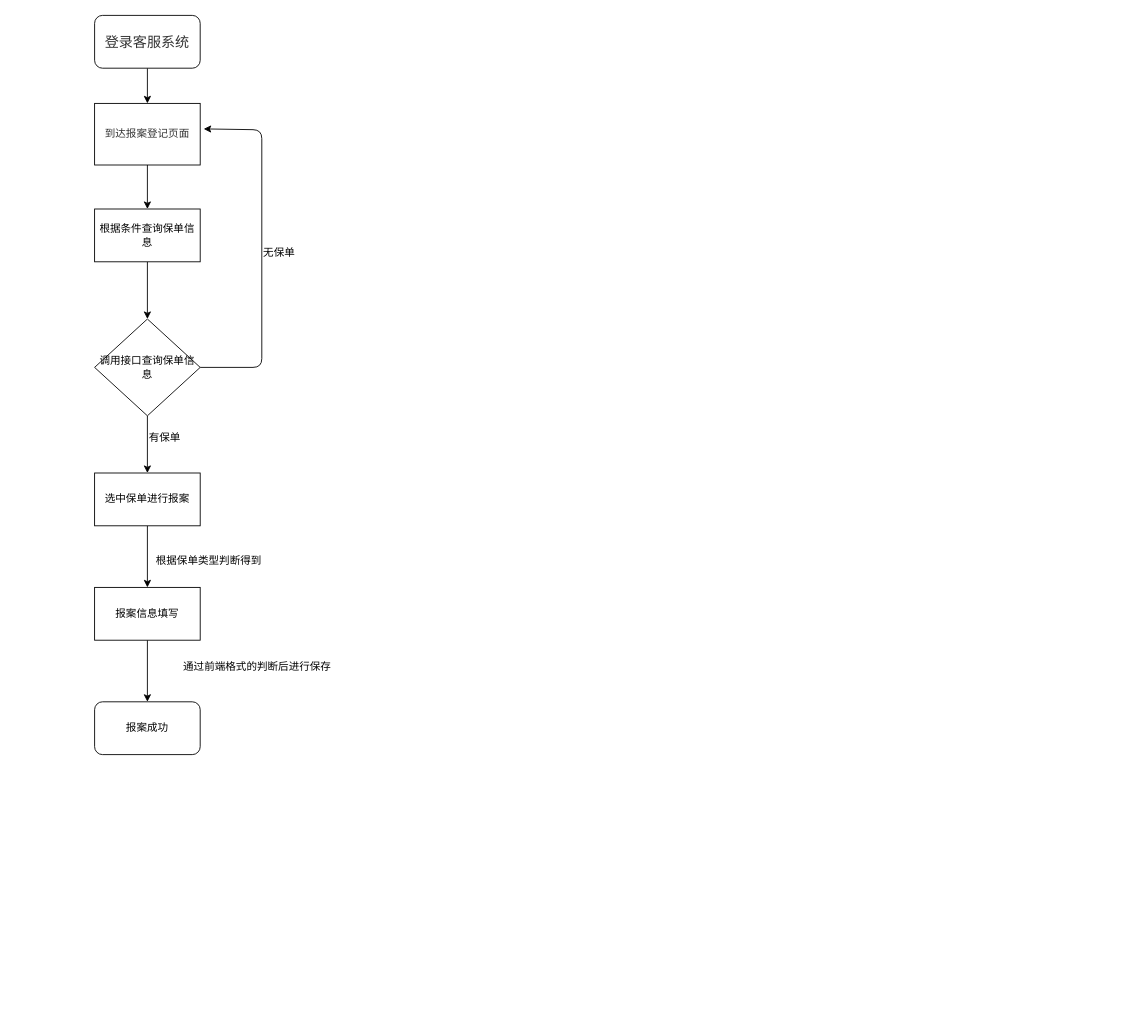
HappyDragon98/learngit keeps this draw.io diagram as Untitled Diagram.drawio. Above is the earlier version. Source tidied: cells renumbered, new cells numbered last; positions are measured from the earlier drawing's top-left corner, leaving out a move shared by most shapes. Both pictures are drawn from the tidied source at 88%, with x=0, y=0 at pixel (94, 15).
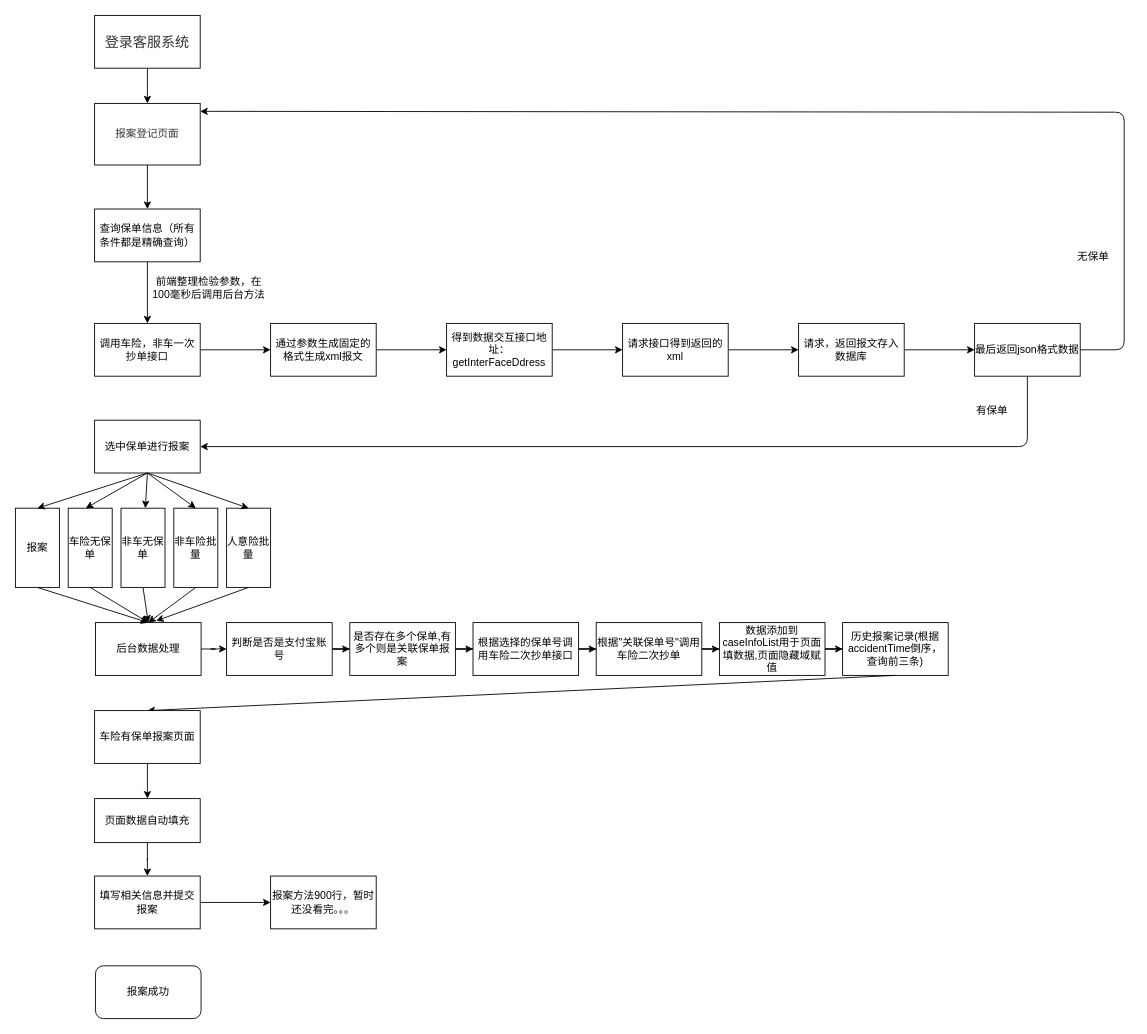
The same diagram, later.

What changed in the source:
```diff
@@
-    <mxCell id="2" style="edgeStyle=orthogonalEdgeStyle;rounded=0;jettySize=auto;html=1;" parent="1" edge="1" source="3" target="5">
+    <mxCell id="2" style="edgeStyle=orthogonalEdgeStyle;jettySize=auto;html=1;" parent="1" edge="1" source="3" target="5">
       <mxGeometry relative="1" as="geometry" />
     </mxCell>
-    <mxCell id="3" value="&lt;font color=&quot;#333333&quot; size=&quot;3&quot;&gt;&lt;span style=&quot;background-color: rgb(255 , 255 , 255)&quot;&gt;登录客服系统&lt;/span&gt;&lt;/font&gt;" style="rounded=1;whiteSpace=wrap;html=1;" parent="1" vertex="1">
+    <mxCell id="3" value="&lt;font color=&quot;#333333&quot; size=&quot;3&quot;&gt;&lt;span style=&quot;background-color: rgb(255 , 255 , 255)&quot;&gt;登录客服系统&lt;/span&gt;&lt;/font&gt;" style="whiteSpace=wrap;html=1;" parent="1" vertex="1">
       <mxGeometry width="120" height="60" as="geometry" />
     </mxCell>
-    <mxCell id="4" style="edgeStyle=orthogonalEdgeStyle;rounded=0;jettySize=auto;html=1;" parent="1" edge="1" source="5" target="9">
+    <mxCell id="4" style="edgeStyle=orthogonalEdgeStyle;jettySize=auto;html=1;" parent="1" edge="1" source="5" target="9">
       <mxGeometry relative="1" as="geometry" />
     </mxCell>
-    <mxCell id="5" value="&lt;span style=&quot;color: rgb(51 , 51 , 51) ; font-family: , &amp;#34;stheiti&amp;#34; , &amp;#34;hei&amp;#34; , &amp;#34;heiti sc&amp;#34; , &amp;#34;microsoft yahei&amp;#34; , &amp;#34;arial&amp;#34; , sans-serif ; background-color: rgb(255 , 255 , 255)&quot;&gt;到达报案登记页面&lt;/span&gt;" style="rounded=0;whiteSpace=wrap;html=1;" parent="1" vertex="1">
+    <mxCell id="5" value="&lt;span style=&quot;color: rgb(51 , 51 , 51) ; font-family: , &amp;#34;stheiti&amp;#34; , &amp;#34;hei&amp;#34; , &amp;#34;heiti sc&amp;#34; , &amp;#34;microsoft yahei&amp;#34; , &amp;#34;arial&amp;#34; , sans-serif ; background-color: rgb(255 , 255 , 255)&quot;&gt;报案登记页面&lt;/span&gt;" style="whiteSpace=wrap;html=1;" parent="1" vertex="1">
       <mxGeometry y="100" width="120" height="70" as="geometry" />
     </mxCell>
-    <mxCell id="6" style="edgeStyle=orthogonalEdgeStyle;rounded=0;jettySize=auto;html=1;" parent="1" edge="1" source="7" target="13">
-      <mxGeometry relative="1" as="geometry" />
-    </mxCell>
-    <mxCell id="7" value="调用接口查询保单信息" style="rhombus;whiteSpace=wrap;html=1;" parent="1" vertex="1">
-      <mxGeometry y="345" width="120" height="110" as="geometry" />
-    </mxCell>
-    <mxCell id="8" style="edgeStyle=orthogonalEdgeStyle;rounded=0;jettySize=auto;html=1;" parent="1" edge="1" source="9" target="7">
-      <mxGeometry relative="1" as="geometry" />
-    </mxCell>
+    <mxCell id="20" style="edgeStyle=orthogonalEdgeStyle;jettySize=auto;html=1;" parent="1" edge="1" source="9" target="22">
+      <mxGeometry relative="1" as="geometry" />
+    </mxCell>
-    <mxCell id="9" value="&lt;span&gt;根据条件查询保单信息&lt;/span&gt;" style="rounded=0;whiteSpace=wrap;html=1;" parent="1" vertex="1">
+    <mxCell id="9" value="查询保单信息（所有条件都是精确查询）" style="whiteSpace=wrap;html=1;" parent="1" vertex="1">
       <mxGeometry y="220" width="120" height="60" as="geometry" />
     </mxCell>
-    <mxCell id="10" style="endArrow=classic;html=1;exitX=1;exitY=0.5;exitDx=0;exitDy=0;entryX=1.033;entryY=0.414;entryDx=0;entryDy=0;entryPerimeter=0;" parent="1" edge="1" source="7" target="5">
-      <mxGeometry relative="1" as="geometry">
-        <Array as="points">
-          <mxPoint x="190" y="400" />
-          <mxPoint x="190" y="130" />
-        </Array>
-      </mxGeometry>
-    </mxCell>
+    <mxCell id="13" value="选中保单进行报案" style="whiteSpace=wrap;html=1;" parent="1" vertex="1">
+      <mxGeometry y="460" width="120" height="60" as="geometry" />
+    </mxCell>
+    <mxCell id="16" value="报案" style="whiteSpace=wrap;html=1;" parent="1" vertex="1">
+      <mxGeometry x="-90" y="560" width="50" height="90" as="geometry" />
+    </mxCell>
+    <mxCell id="21" style="edgeStyle=orthogonalEdgeStyle;jettySize=auto;html=1;" parent="1" edge="1" source="22" target="25">
+      <mxGeometry relative="1" as="geometry" />
+    </mxCell>
+    <mxCell id="22" value="调用车险，非车一次抄单接口" style="whiteSpace=wrap;html=1;" parent="1" vertex="1">
+      <mxGeometry y="350" width="120" height="60" as="geometry" />
+    </mxCell>
+    <mxCell id="23" value="前端整理检验参数，在100毫秒后调用后台方法" style="text;html=1;strokeColor=none;fillColor=none;align=center;verticalAlign=middle;whiteSpace=wrap;" parent="1" vertex="1">
+      <mxGeometry x="60" y="300" width="140" height="20" as="geometry" />
+    </mxCell>
+    <mxCell id="24" style="edgeStyle=orthogonalEdgeStyle;jettySize=auto;html=1;" parent="1" edge="1" source="25" target="27">
+      <mxGeometry relative="1" as="geometry" />
+    </mxCell>
+    <mxCell id="25" value="通过参数生成固定的格式生成xml报文" style="whiteSpace=wrap;html=1;" parent="1" vertex="1">
+      <mxGeometry x="200" y="350" width="120" height="60" as="geometry" />
+    </mxCell>
+    <mxCell id="26" style="edgeStyle=orthogonalEdgeStyle;jettySize=auto;html=1;" parent="1" edge="1" source="27" target="29">
+      <mxGeometry relative="1" as="geometry" />
+    </mxCell>
+    <mxCell id="27" value="得到数据交互接口地址：getInterFaceDdress" style="whiteSpace=wrap;html=1;" parent="1" vertex="1">
+      <mxGeometry x="400" y="350" width="120" height="60" as="geometry" />
+    </mxCell>
+    <mxCell id="28" style="edgeStyle=orthogonalEdgeStyle;jettySize=auto;html=1;" parent="1" edge="1" source="29" target="31">
+      <mxGeometry relative="1" as="geometry" />
+    </mxCell>
+    <mxCell id="29" value="请求接口得到返回的xml" style="whiteSpace=wrap;html=1;" parent="1" vertex="1">
+      <mxGeometry x="600" y="350" width="120" height="60" as="geometry" />
+    </mxCell>
+    <mxCell id="30" style="edgeStyle=orthogonalEdgeStyle;jettySize=auto;html=1;" parent="1" edge="1" source="31" target="32">
+      <mxGeometry relative="1" as="geometry" />
+    </mxCell>
+    <mxCell id="31" value="请求，返回报文存入数据库" style="whiteSpace=wrap;html=1;" parent="1" vertex="1">
+      <mxGeometry x="800" y="350" width="120" height="60" as="geometry" />
+    </mxCell>
+    <mxCell id="32" value="最后返回json格式数据" style="whiteSpace=wrap;html=1;" parent="1" vertex="1">
+      <mxGeometry x="1000" y="350" width="120" height="60" as="geometry" />
+    </mxCell>
+    <mxCell id="33" style="endArrow=classic;html=1;entryX=1;entryY=0.129;entryDx=0;entryDy=0;entryPerimeter=0;" parent="1" edge="1" target="5">
+      <mxGeometry relative="1" as="geometry">
+        <mxPoint x="1120" y="380" as="sourcePoint" />
+        <Array as="points">
+          <mxPoint x="1170" y="380" />
+          <mxPoint x="1170" y="110" />
+        </Array>
+      </mxGeometry>
+    </mxCell>
-    <mxCell id="11" value="无保单" style="text;html=1;strokeColor=none;fillColor=none;align=center;verticalAlign=middle;whiteSpace=wrap;rounded=0;" parent="1" vertex="1">
-      <mxGeometry x="190" y="260" width="40" height="20" as="geometry" />
+    <mxCell id="11" value="无保单" style="text;html=1;strokeColor=none;fillColor=none;align=center;verticalAlign=middle;whiteSpace=wrap;" parent="1" vertex="1">
+      <mxGeometry x="1100" y="250" width="70" height="50" as="geometry" />
     </mxCell>
-    <mxCell id="12" style="edgeStyle=orthogonalEdgeStyle;rounded=0;jettySize=auto;html=1;" parent="1" edge="1" source="13" target="16">
-      <mxGeometry relative="1" as="geometry" />
-    </mxCell>
-    <mxCell id="13" value="选中保单进行报案" style="rounded=0;whiteSpace=wrap;html=1;" parent="1" vertex="1">
-      <mxGeometry y="520" width="120" height="60" as="geometry" />
-    </mxCell>
+    <mxCell id="34" style="endArrow=classic;html=1;exitX=0.5;exitY=1;exitDx=0;exitDy=0;entryX=1;entryY=0.5;entryDx=0;entryDy=0;" parent="1" edge="1" source="32" target="13">
+      <mxGeometry relative="1" as="geometry">
+        <Array as="points">
+          <mxPoint x="1060" y="490" />
+        </Array>
+      </mxGeometry>
+    </mxCell>
-    <mxCell id="14" value="有保单" style="text;html=1;strokeColor=none;fillColor=none;align=center;verticalAlign=middle;whiteSpace=wrap;rounded=0;" parent="1" vertex="1">
-      <mxGeometry x="60" y="470" width="40" height="20" as="geometry" />
+    <mxCell id="14" value="有保单" style="text;html=1;strokeColor=none;fillColor=none;align=center;verticalAlign=middle;whiteSpace=wrap;" parent="1" vertex="1">
+      <mxGeometry x="990" y="440" width="60" height="20" as="geometry" />
     </mxCell>
-    <mxCell id="15" style="edgeStyle=orthogonalEdgeStyle;rounded=0;jettySize=auto;html=1;" parent="1" edge="1" source="16" target="18">
-      <mxGeometry relative="1" as="geometry" />
-    </mxCell>
-    <mxCell id="16" value="报案信息填写" style="rounded=0;whiteSpace=wrap;html=1;" parent="1" vertex="1">
-      <mxGeometry y="650" width="120" height="60" as="geometry" />
-    </mxCell>
-    <mxCell id="17" value="根据保单类型判断得到" style="text;html=1;strokeColor=none;fillColor=none;align=center;verticalAlign=middle;whiteSpace=wrap;rounded=0;" parent="1" vertex="1">
-      <mxGeometry x="50" y="610" width="160" height="20" as="geometry" />
-    </mxCell>
+    <mxCell id="35" value="车险无保单" style="whiteSpace=wrap;html=1;" parent="1" vertex="1">
+      <mxGeometry x="-30" y="560" width="50" height="90" as="geometry" />
+    </mxCell>
+    <mxCell id="36" value="非车无保单" style="whiteSpace=wrap;html=1;" parent="1" vertex="1">
+      <mxGeometry x="30" y="560" width="50" height="90" as="geometry" />
+    </mxCell>
+    <mxCell id="37" value="非车险批量" style="whiteSpace=wrap;html=1;" parent="1" vertex="1">
+      <mxGeometry x="90" y="560" width="50" height="90" as="geometry" />
+    </mxCell>
+    <mxCell id="38" value="人意险批量" style="whiteSpace=wrap;html=1;" parent="1" vertex="1">
+      <mxGeometry x="150" y="560" width="50" height="90" as="geometry" />
+    </mxCell>
+    <mxCell id="39" style="endArrow=classic;html=1;entryX=0.5;entryY=0;entryDx=0;entryDy=0;" parent="1" edge="1" target="16">
+      <mxGeometry relative="1" as="geometry">
+        <mxPoint x="60" y="520" as="sourcePoint" />
+      </mxGeometry>
+    </mxCell>
+    <mxCell id="40" style="endArrow=classic;html=1;entryX=0.5;entryY=0;entryDx=0;entryDy=0;" parent="1" edge="1" target="38">
+      <mxGeometry relative="1" as="geometry">
+        <mxPoint x="60" y="520" as="sourcePoint" />
+      </mxGeometry>
+    </mxCell>
+    <mxCell id="41" style="endArrow=classic;html=1;entryX=0.5;entryY=0;entryDx=0;entryDy=0;" parent="1" edge="1" target="37">
+      <mxGeometry relative="1" as="geometry">
+        <mxPoint x="60" y="520" as="sourcePoint" />
+      </mxGeometry>
+    </mxCell>
+    <mxCell id="42" style="endArrow=classic;html=1;" parent="1" edge="1" target="36">
+      <mxGeometry relative="1" as="geometry">
+        <mxPoint x="60" y="520" as="sourcePoint" />
+      </mxGeometry>
+    </mxCell>
+    <mxCell id="43" style="endArrow=classic;html=1;exitX=0.5;exitY=1;exitDx=0;exitDy=0;" parent="1" edge="1" source="13">
+      <mxGeometry relative="1" as="geometry">
+        <mxPoint x="-10" y="560" as="targetPoint" />
+      </mxGeometry>
+    </mxCell>
+    <mxCell id="44" style="edgeStyle=orthogonalEdgeStyle;jettySize=auto;html=1;" parent="1" edge="1" source="45" target="52">
+      <mxGeometry relative="1" as="geometry" />
+    </mxCell>
+    <mxCell id="45" value="&lt;font face=&quot;helvetica&quot;&gt;后台数据处理&lt;/font&gt;" style="whiteSpace=wrap;html=1;" parent="1" vertex="1">
+      <mxGeometry x="1" y="690" width="120" height="60" as="geometry" />
+    </mxCell>
+    <mxCell id="46" style="endArrow=classic;html=1;exitX=0.5;exitY=1;exitDx=0;exitDy=0;entryX=0.5;entryY=0;entryDx=0;entryDy=0;" parent="1" edge="1" source="16" target="45">
+      <mxGeometry relative="1" as="geometry" />
+    </mxCell>
+    <mxCell id="47" style="endArrow=classic;html=1;exitX=0.5;exitY=1;exitDx=0;exitDy=0;entryX=0.5;entryY=0;entryDx=0;entryDy=0;" parent="1" edge="1" source="35" target="45">
+      <mxGeometry relative="1" as="geometry" />
+    </mxCell>
+    <mxCell id="48" style="endArrow=classic;html=1;exitX=0.5;exitY=1;exitDx=0;exitDy=0;entryX=0.5;entryY=0;entryDx=0;entryDy=0;" parent="1" edge="1" source="36" target="45">
+      <mxGeometry relative="1" as="geometry" />
+    </mxCell>
+    <mxCell id="49" style="endArrow=classic;html=1;exitX=0.5;exitY=1;exitDx=0;exitDy=0;entryX=0.5;entryY=0;entryDx=0;entryDy=0;" parent="1" edge="1" source="37" target="45">
+      <mxGeometry relative="1" as="geometry" />
+    </mxCell>
+    <mxCell id="50" style="endArrow=classic;html=1;exitX=0.5;exitY=1;exitDx=0;exitDy=0;" parent="1" edge="1" source="38">
+      <mxGeometry relative="1" as="geometry">
+        <mxPoint x="70" y="688" as="targetPoint" />
+      </mxGeometry>
+    </mxCell>
+    <mxCell id="51" style="edgeStyle=orthogonalEdgeStyle;rounded=0;jettySize=auto;html=1;" parent="1" edge="1" source="52" target="54">
+      <mxGeometry relative="1" as="geometry" />
+    </mxCell>
+    <mxCell id="52" value="判断是否是支付宝账号" style="whiteSpace=wrap;html=1;" parent="1" vertex="1">
+      <mxGeometry x="150" y="690" width="120" height="60" as="geometry" />
+    </mxCell>
+    <mxCell id="53" style="edgeStyle=orthogonalEdgeStyle;rounded=0;jettySize=auto;html=1;" parent="1" edge="1" source="54" target="56">
+      <mxGeometry relative="1" as="geometry" />
+    </mxCell>
+    <mxCell id="54" value="是否存在多个保单,有多个则是关联保单报案" style="whiteSpace=wrap;html=1;" parent="1" vertex="1">
+      <mxGeometry x="290" y="690" width="120" height="60" as="geometry" />
+    </mxCell>
+    <mxCell id="55" style="edgeStyle=orthogonalEdgeStyle;rounded=0;jettySize=auto;html=1;" parent="1" edge="1" source="56" target="58">
+      <mxGeometry relative="1" as="geometry" />
+    </mxCell>
+    <mxCell id="56" value="根据选择的保单号调用车险二次抄单接口" style="whiteSpace=wrap;html=1;" parent="1" vertex="1">
+      <mxGeometry x="430" y="690" width="120" height="60" as="geometry" />
+    </mxCell>
+    <mxCell id="57" style="edgeStyle=orthogonalEdgeStyle;rounded=0;jettySize=auto;html=1;" parent="1" edge="1" source="58" target="60">
+      <mxGeometry relative="1" as="geometry" />
+    </mxCell>
+    <mxCell id="58" value="根据&quot;关联保单号&quot;调用车险二次抄单" style="whiteSpace=wrap;html=1;" parent="1" vertex="1">
+      <mxGeometry x="570" y="690" width="120" height="60" as="geometry" />
+    </mxCell>
+    <mxCell id="59" style="edgeStyle=orthogonalEdgeStyle;rounded=0;jettySize=auto;html=1;" parent="1" edge="1" source="60" target="61">
+      <mxGeometry relative="1" as="geometry" />
+    </mxCell>
+    <mxCell id="60" value="数据添加到caseInfoList用于页面填数据,页面隐藏域赋值" style="whiteSpace=wrap;html=1;" parent="1" vertex="1">
+      <mxGeometry x="710" y="690" width="120" height="60" as="geometry" />
+    </mxCell>
+    <mxCell id="61" value="历史报案记录(根据accidentTime倒序，查询前三条)" style="whiteSpace=wrap;html=1;" parent="1" vertex="1">
+      <mxGeometry x="850" y="690" width="120" height="60" as="geometry" />
+    </mxCell>
+    <mxCell id="62" style="endArrow=classic;html=1;exitX=0.5;exitY=1;exitDx=0;exitDy=0;entryX=0.5;entryY=0;entryDx=0;entryDy=0;" parent="1" edge="1" source="61" target="64">
+      <mxGeometry relative="1" as="geometry" />
+    </mxCell>
+    <mxCell id="63" style="edgeStyle=orthogonalEdgeStyle;rounded=0;jettySize=auto;html=1;" parent="1" edge="1" source="64" target="66">
+      <mxGeometry relative="1" as="geometry" />
+    </mxCell>
+    <mxCell id="64" value="&lt;pre&gt;&lt;font face=&quot;helvetica&quot;&gt;车险有保单报案页面&lt;/font&gt;&lt;/pre&gt;" style="rounded=0;whiteSpace=wrap;html=1;" parent="1" vertex="1">
+      <mxGeometry y="790" width="120" height="60" as="geometry" />
+    </mxCell>
+    <mxCell id="65" style="edgeStyle=orthogonalEdgeStyle;rounded=0;jettySize=auto;html=1;" parent="1" edge="1" source="66" target="68">
+      <mxGeometry relative="1" as="geometry" />
+    </mxCell>
+    <mxCell id="66" value="页面数据自动填充" style="whiteSpace=wrap;html=1;rounded=0;" parent="1" vertex="1">
+      <mxGeometry y="890" width="120" height="50" as="geometry" />
+    </mxCell>
+    <mxCell id="67" style="edgeStyle=orthogonalEdgeStyle;rounded=0;jettySize=auto;html=1;" parent="1" edge="1" source="68" target="69">
+      <mxGeometry relative="1" as="geometry" />
+    </mxCell>
+    <mxCell id="68" value="填写相关信息并提交报案" style="rounded=0;whiteSpace=wrap;html=1;" parent="1" vertex="1">
+      <mxGeometry y="978" width="120" height="60" as="geometry" />
+    </mxCell>
+    <mxCell id="69" value="报案方法900行，暂时还没看完。。。" style="whiteSpace=wrap;html=1;rounded=0;" parent="1" vertex="1">
+      <mxGeometry x="200" y="978" width="120" height="60" as="geometry" />
+    </mxCell>
     <mxCell id="18" value="报案成功" style="rounded=1;whiteSpace=wrap;html=1;" parent="1" vertex="1">
-      <mxGeometry y="780" width="120" height="60" as="geometry" />
+      <mxGeometry x="1" y="1080" width="120" height="60" as="geometry" />
     </mxCell>
-    <mxCell id="19" value="通过前端格式的判断后进行保存" style="text;html=1;strokeColor=none;fillColor=none;align=center;verticalAlign=middle;whiteSpace=wrap;rounded=0;" parent="1" vertex="1">
-      <mxGeometry x="80" y="730" width="210" height="20" as="geometry" />
-    </mxCell>
```
